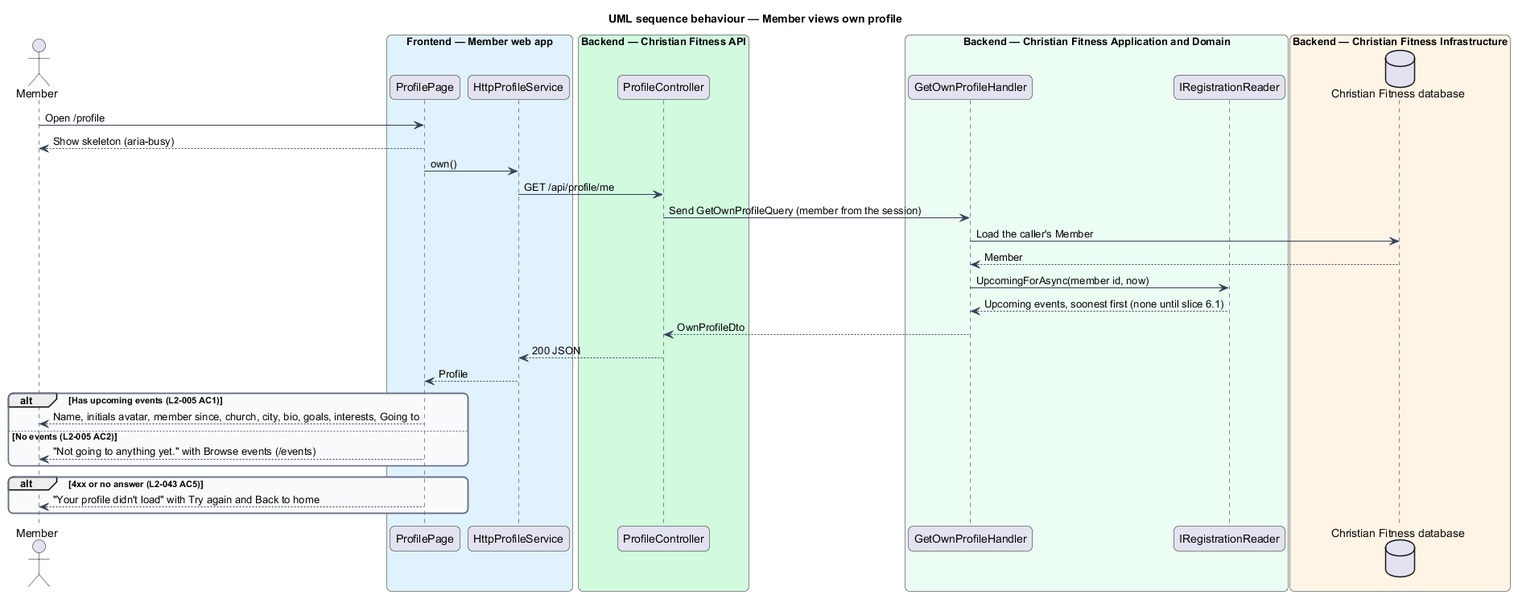
The PlantUML diagram docs/detailed-designs/member-profile/view-profile/diagrams/sequence-view-own-profile.png in QuinntyneBrown/christian-fitness, before a commit. Its diagram source:
```plantuml
@startuml
title UML sequence behaviour — Member views own profile
skinparam backgroundColor #FFFFFF
skinparam shadowing false
skinparam roundcorner 12
skinparam defaultFontName Arial
skinparam ArrowColor #344054
skinparam rectangle {
  BorderColor #344054
  FontColor #101828
}
skinparam package {
  BorderColor #667085
  FontColor #101828
  BackgroundColor #F9FAFB
}
actor "Member" as actor
box "Frontend — Member web app" #E0F2FE
  participant "ProfilePage" as page
  participant "HttpProfileService" as client
end box
box "Backend — Christian Fitness API" #D1FADF
  participant "ProfileController" as ctrl
end box
box "Backend — Christian Fitness Application and Domain" #ECFDF3
  participant "GetOwnProfileHandler" as h
  participant "IRegistrationReader" as reg
end box
box "Backend — Christian Fitness Infrastructure" #FFF4E5
  database "Christian Fitness database" as db
end box
actor -> page : Open /profile
page --> actor : Show skeleton (aria-busy)
page -> client : own()
client -> ctrl : GET /api/profile/me
ctrl -> h : Send GetOwnProfileQuery (member from the session)
h -> db : Load the caller's Member
db --> h : Member
h -> reg : UpcomingForAsync(member id, now)
reg --> h : Upcoming events, soonest first (none until slice 6.1)
h --> ctrl : OwnProfileDto
ctrl --> client : 200 JSON
client --> page : Profile
alt Has upcoming events (L2-005 AC1)
  page --> actor : Name, initials avatar, member since, church, city, bio, goals, interests, Going to
else No events (L2-005 AC2)
  page --> actor : "Not going to anything yet." with Browse events (/events)
end
alt 4xx or no answer (L2-043 AC5)
  page --> actor : "Your profile didn't load" with Try again and Back to home
end
@enduml
```
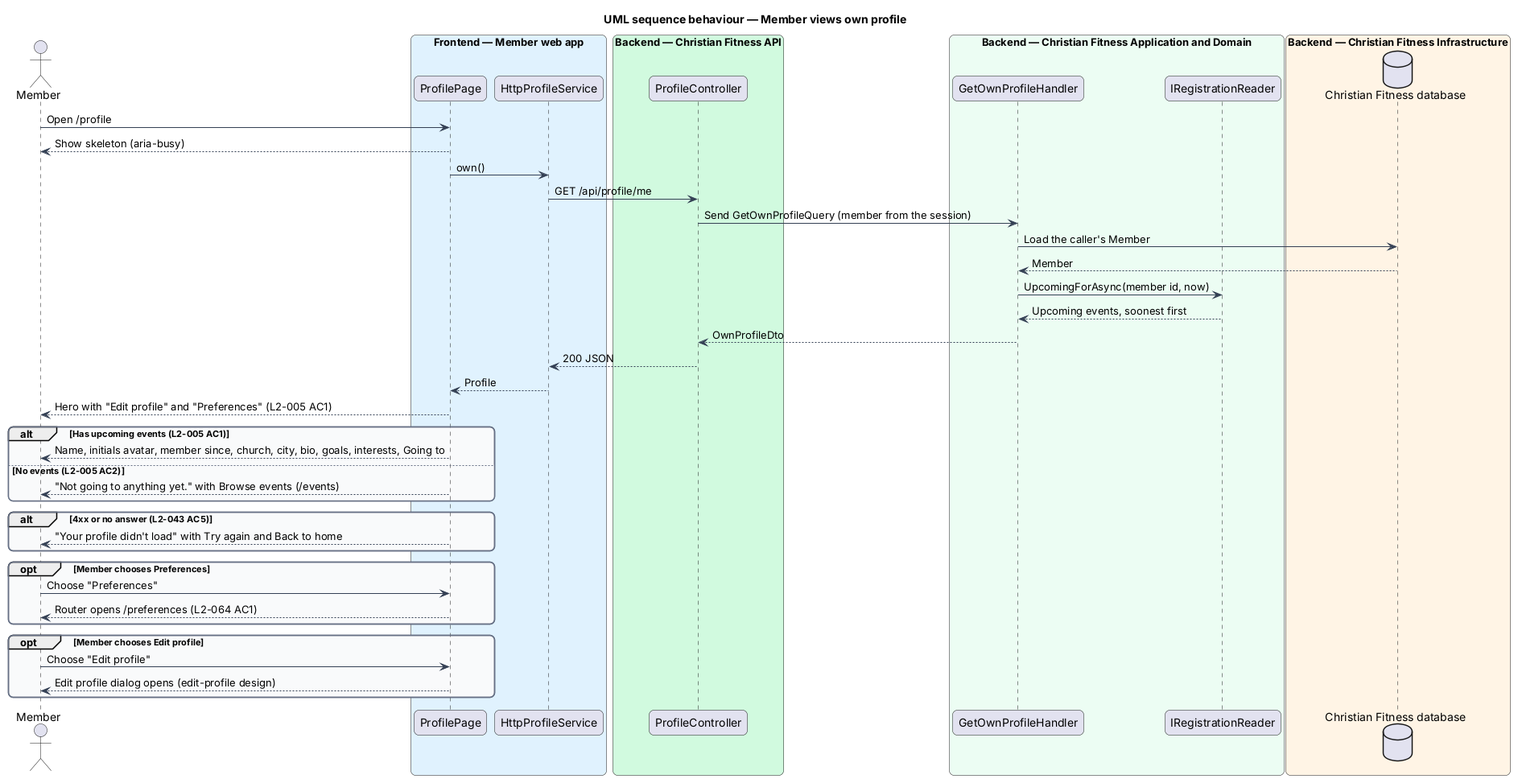
After the change.

Diff of the diagram source:
```diff
@@ -37,10 +37,11 @@
 h -> db : Load the caller's Member
 db --> h : Member
 h -> reg : UpcomingForAsync(member id, now)
-reg --> h : Upcoming events, soonest first (none until slice 6.1)
+reg --> h : Upcoming events, soonest first
 h --> ctrl : OwnProfileDto
 ctrl --> client : 200 JSON
 client --> page : Profile
+page --> actor : Hero with "Edit profile" and "Preferences" (L2-005 AC1)
 alt Has upcoming events (L2-005 AC1)
   page --> actor : Name, initials avatar, member since, church, city, bio, goals, interests, Going to
 else No events (L2-005 AC2)
@@ -49,4 +50,12 @@
 alt 4xx or no answer (L2-043 AC5)
   page --> actor : "Your profile didn't load" with Try again and Back to home
 end
+opt Member chooses Preferences
+  actor -> page : Choose "Preferences"
+  page --> actor : Router opens /preferences (L2-064 AC1)
+end
+opt Member chooses Edit profile
+  actor -> page : Choose "Edit profile"
+  page --> actor : Edit profile dialog opens (edit-profile design)
+end
 @enduml
```
